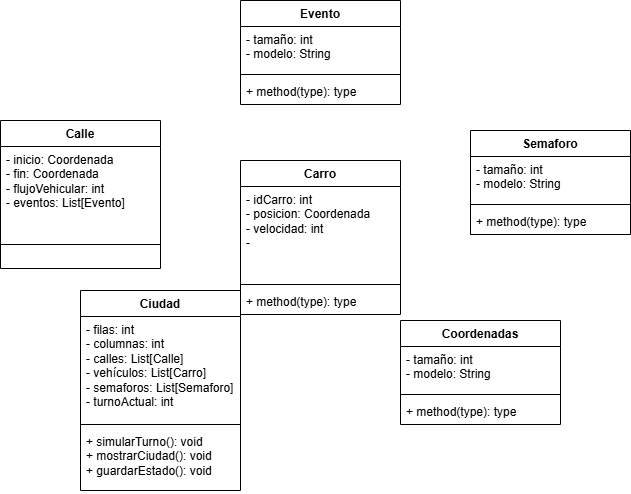
juampa1907/Proyecto-final-desarrollo keeps this draw.io diagram as Proyecto-desarrollo.png. Above is the earlier version. Source tidied: cells renumbered, new cells last; positions are measured from the earlier drawing's top-left corner, leaving out a move shared by most shapes.
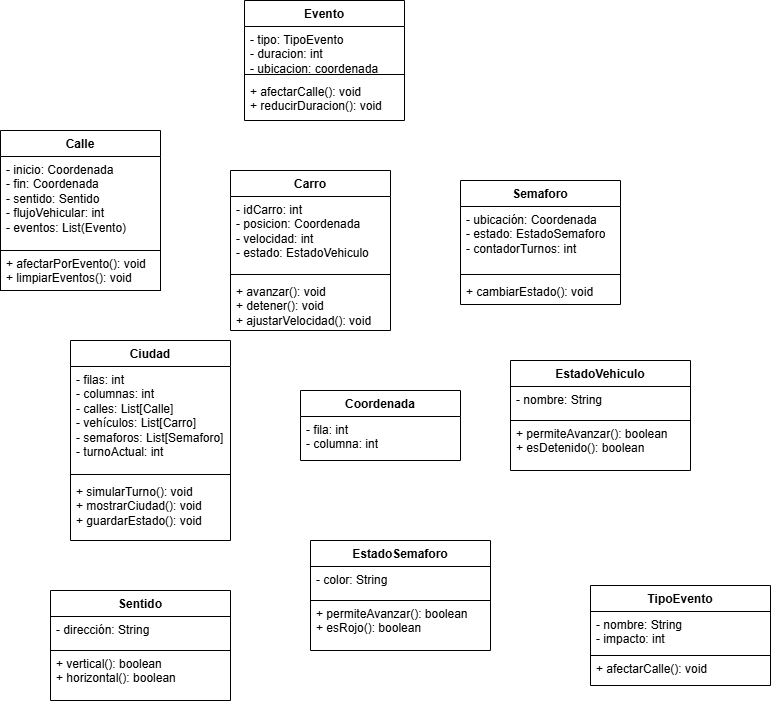
Above is the later version.

The edit, as a diff of the source:
```diff
@@ -3,50 +3,44 @@
     <mxCell id="0" />
     <mxCell id="1" parent="0" />
     <mxCell id="2" value="Carro" style="swimlane;fontStyle=1;align=center;verticalAlign=top;horizontal=1;startSize=26;whiteSpace=wrap;html=1;" parent="1" vertex="1">
-      <mxGeometry x="240" y="160" width="160" height="154" as="geometry" />
+      <mxGeometry x="240" y="120" width="160" height="160" as="geometry" />
     </mxCell>
-    <mxCell id="3" value="- idCarro: int&lt;div&gt;- posicion: Coordenada&lt;/div&gt;&lt;div&gt;- velocidad: int&lt;/div&gt;&lt;div&gt;-&lt;/div&gt;" style="text;strokeColor=none;fillColor=none;align=left;verticalAlign=top;spacingLeft=4;spacingRight=4;overflow=hidden;whiteSpace=wrap;html=1;" parent="2" vertex="1">
-      <mxGeometry y="26" width="160" height="94" as="geometry" />
+    <mxCell id="3" value="- idCarro: int&lt;div&gt;- posicion: Coordenada&lt;/div&gt;&lt;div&gt;- velocidad: int&lt;/div&gt;&lt;div&gt;- estado: EstadoVehiculo&lt;/div&gt;" style="text;strokeColor=none;fillColor=none;align=left;verticalAlign=top;spacingLeft=4;spacingRight=4;overflow=hidden;whiteSpace=wrap;html=1;" parent="2" vertex="1">
+      <mxGeometry y="26" width="160" height="74" as="geometry" />
     </mxCell>
     <mxCell id="4" style="line;strokeWidth=1;fillColor=none;align=left;verticalAlign=middle;spacingTop=-1;spacingLeft=3;spacingRight=3;labelPosition=right;strokeColor=inherit;" parent="2" vertex="1">
-      <mxGeometry y="120" width="160" height="8" as="geometry" />
+      <mxGeometry y="100" width="160" height="8" as="geometry" />
     </mxCell>
-    <mxCell id="5" value="+ method(type): type" style="text;strokeColor=none;fillColor=none;align=left;verticalAlign=top;spacingLeft=4;spacingRight=4;overflow=hidden;whiteSpace=wrap;html=1;" parent="2" vertex="1">
-      <mxGeometry y="128" width="160" height="26" as="geometry" />
+    <mxCell id="5" value="+ avanzar(): void&lt;br&gt;+ detener(): void&lt;div&gt;+ ajustarVelocidad(): void&lt;/div&gt;" style="text;strokeColor=none;fillColor=none;align=left;verticalAlign=top;spacingLeft=4;spacingRight=4;overflow=hidden;whiteSpace=wrap;html=1;" parent="2" vertex="1">
+      <mxGeometry y="108" width="160" height="52" as="geometry" />
     </mxCell>
     <mxCell id="6" value="Semaforo" style="swimlane;fontStyle=1;align=center;verticalAlign=top;horizontal=1;startSize=26;whiteSpace=wrap;html=1;" parent="1" vertex="1">
-      <mxGeometry x="470" y="130" width="160" height="104" as="geometry" />
+      <mxGeometry x="470" y="130" width="160" height="124" as="geometry" />
     </mxCell>
-    <mxCell id="7" value="- tamaño: int&lt;div&gt;- modelo: String&lt;br&gt;&lt;br&gt;&lt;/div&gt;" style="text;strokeColor=none;fillColor=none;align=left;verticalAlign=top;spacingLeft=4;spacingRight=4;overflow=hidden;whiteSpace=wrap;html=1;" parent="6" vertex="1">
-      <mxGeometry y="26" width="160" height="44" as="geometry" />
+    <mxCell id="7" value="&lt;div&gt;- ubicación: Coordenada&lt;/div&gt;&lt;div&gt;- estado: EstadoSemaforo&lt;/div&gt;&lt;div&gt;- contadorTurnos: int&lt;/div&gt;" style="text;strokeColor=none;fillColor=none;align=left;verticalAlign=top;spacingLeft=4;spacingRight=4;overflow=hidden;whiteSpace=wrap;html=1;" parent="6" vertex="1">
+      <mxGeometry y="26" width="160" height="64" as="geometry" />
     </mxCell>
     <mxCell id="8" style="line;strokeWidth=1;fillColor=none;align=left;verticalAlign=middle;spacingTop=-1;spacingLeft=3;spacingRight=3;labelPosition=right;strokeColor=inherit;" parent="6" vertex="1">
-      <mxGeometry y="70" width="160" height="8" as="geometry" />
+      <mxGeometry y="90" width="160" height="8" as="geometry" />
     </mxCell>
-    <mxCell id="9" value="+ method(type): type" style="text;strokeColor=none;fillColor=none;align=left;verticalAlign=top;spacingLeft=4;spacingRight=4;overflow=hidden;whiteSpace=wrap;html=1;" parent="6" vertex="1">
-      <mxGeometry y="78" width="160" height="26" as="geometry" />
+    <mxCell id="9" value="+ cambiarEstado(): void" style="text;strokeColor=none;fillColor=none;align=left;verticalAlign=top;spacingLeft=4;spacingRight=4;overflow=hidden;whiteSpace=wrap;html=1;" parent="6" vertex="1">
+      <mxGeometry y="98" width="160" height="26" as="geometry" />
     </mxCell>
     <mxCell id="10" value="Calle" style="swimlane;fontStyle=1;align=center;verticalAlign=top;horizontal=1;startSize=26;whiteSpace=wrap;html=1;" parent="1" vertex="1">
-      <mxGeometry y="120" width="160" height="148" as="geometry" />
+      <mxGeometry x="10" y="80" width="160" height="160" as="geometry" />
     </mxCell>
-    <mxCell id="11" value="&lt;div&gt;- inicio: Coordenada&lt;/div&gt;&lt;div&gt;- fin: Coordenada&lt;/div&gt;&lt;div&gt;- flujoVehicular: int&lt;/div&gt;&lt;div&gt;- eventos: List[Evento]&lt;/div&gt;" style="text;strokeColor=none;fillColor=none;align=left;verticalAlign=top;spacingLeft=4;spacingRight=4;overflow=hidden;whiteSpace=wrap;html=1;" parent="10" vertex="1">
-      <mxGeometry y="26" width="160" height="74" as="geometry" />
+    <mxCell id="11" value="&lt;div&gt;- inicio: Coordenada&lt;/div&gt;&lt;div&gt;- fin: Coordenada&lt;/div&gt;&lt;div&gt;- sentido: Sentido&lt;/div&gt;&lt;div&gt;- flujoVehicular: int&lt;/div&gt;&lt;div&gt;- eventos: List(Evento)&lt;/div&gt;" style="text;strokeColor=none;fillColor=none;align=left;verticalAlign=top;spacingLeft=4;spacingRight=4;overflow=hidden;whiteSpace=wrap;html=1;" parent="10" vertex="1">
+      <mxGeometry y="26" width="160" height="94" as="geometry" />
     </mxCell>
-    <mxCell id="12" style="line;strokeWidth=1;fillColor=none;align=left;verticalAlign=middle;spacingTop=-1;spacingLeft=3;spacingRight=3;labelPosition=right;strokeColor=inherit;" parent="10" vertex="1">
-      <mxGeometry y="100" width="160" height="48" as="geometry" />
-    </mxCell>
+    <mxCell id="25" value="+ afectarPorEvento(): void&lt;div&gt;+ limpiarEventos(): void&lt;/div&gt;" style="text;strokeColor=default;fillColor=none;align=left;verticalAlign=top;spacingLeft=4;spacingRight=4;overflow=hidden;whiteSpace=wrap;html=1;spacingTop=0;" parent="10" vertex="1">
+      <mxGeometry y="120" width="160" height="40" as="geometry" />
+    </mxCell>
-    <mxCell id="13" value="Coordenadas" style="swimlane;fontStyle=1;align=center;verticalAlign=top;horizontal=1;startSize=26;whiteSpace=wrap;html=1;" parent="1" vertex="1">
-      <mxGeometry x="400" y="320" width="160" height="104" as="geometry" />
+    <mxCell id="13" value="Coordenada" style="swimlane;fontStyle=1;align=center;verticalAlign=top;horizontal=1;startSize=26;whiteSpace=wrap;html=1;" parent="1" vertex="1">
+      <mxGeometry x="310" y="340" width="160" height="70" as="geometry" />
     </mxCell>
-    <mxCell id="14" value="- tamaño: int&lt;div&gt;- modelo: String&lt;br&gt;&lt;br&gt;&lt;/div&gt;" style="text;strokeColor=none;fillColor=none;align=left;verticalAlign=top;spacingLeft=4;spacingRight=4;overflow=hidden;whiteSpace=wrap;html=1;" parent="13" vertex="1">
+    <mxCell id="14" value="&lt;div&gt;- fila: int&lt;/div&gt;&lt;div&gt;- columna: int&lt;/div&gt;" style="text;strokeColor=none;fillColor=none;align=left;verticalAlign=top;spacingLeft=4;spacingRight=4;overflow=hidden;whiteSpace=wrap;html=1;" parent="13" vertex="1">
       <mxGeometry y="26" width="160" height="44" as="geometry" />
     </mxCell>
-    <mxCell id="15" style="line;strokeWidth=1;fillColor=none;align=left;verticalAlign=middle;spacingTop=-1;spacingLeft=3;spacingRight=3;labelPosition=right;strokeColor=inherit;" parent="13" vertex="1">
-      <mxGeometry y="70" width="160" height="8" as="geometry" />
-    </mxCell>
-    <mxCell id="16" value="+ method(type): type" style="text;strokeColor=none;fillColor=none;align=left;verticalAlign=top;spacingLeft=4;spacingRight=4;overflow=hidden;whiteSpace=wrap;html=1;" parent="13" vertex="1">
-      <mxGeometry y="78" width="160" height="26" as="geometry" />
-    </mxCell>
     <mxCell id="17" value="Ciudad" style="swimlane;fontStyle=1;align=center;verticalAlign=top;horizontal=1;startSize=26;whiteSpace=wrap;html=1;" parent="1" vertex="1">
       <mxGeometry x="80" y="290" width="160" height="200" as="geometry" />
     </mxCell>
@@ -60,16 +54,52 @@
       <mxGeometry y="138" width="160" height="62" as="geometry" />
     </mxCell>
     <mxCell id="21" value="Evento" style="swimlane;fontStyle=1;align=center;verticalAlign=top;horizontal=1;startSize=26;whiteSpace=wrap;html=1;" parent="1" vertex="1">
-      <mxGeometry x="240" width="160" height="104" as="geometry" />
+      <mxGeometry x="254" y="-50" width="160" height="120" as="geometry" />
     </mxCell>
-    <mxCell id="22" value="- tamaño: int&lt;div&gt;- modelo: String&lt;br&gt;&lt;br&gt;&lt;/div&gt;" style="text;strokeColor=none;fillColor=none;align=left;verticalAlign=top;spacingLeft=4;spacingRight=4;overflow=hidden;whiteSpace=wrap;html=1;" parent="21" vertex="1">
+    <mxCell id="22" value="&lt;div&gt;- tipo: TipoEvento&lt;/div&gt;&lt;div&gt;- duracion: int&lt;/div&gt;&lt;div&gt;- ubicacion: coordenada&lt;/div&gt;" style="text;strokeColor=none;fillColor=none;align=left;verticalAlign=top;spacingLeft=4;spacingRight=4;overflow=hidden;whiteSpace=wrap;html=1;" parent="21" vertex="1">
       <mxGeometry y="26" width="160" height="44" as="geometry" />
     </mxCell>
     <mxCell id="23" style="line;strokeWidth=1;fillColor=none;align=left;verticalAlign=middle;spacingTop=-1;spacingLeft=3;spacingRight=3;labelPosition=right;strokeColor=inherit;" parent="21" vertex="1">
       <mxGeometry y="70" width="160" height="8" as="geometry" />
     </mxCell>
-    <mxCell id="24" value="+ method(type): type" style="text;strokeColor=none;fillColor=none;align=left;verticalAlign=top;spacingLeft=4;spacingRight=4;overflow=hidden;whiteSpace=wrap;html=1;" parent="21" vertex="1">
-      <mxGeometry y="78" width="160" height="26" as="geometry" />
+    <mxCell id="24" value="+ afectarCalle(): void&lt;div&gt;+ reducirDuracion(): void&lt;/div&gt;" style="text;strokeColor=none;fillColor=none;align=left;verticalAlign=top;spacingLeft=4;spacingRight=4;overflow=hidden;whiteSpace=wrap;html=1;" parent="21" vertex="1">
+      <mxGeometry y="78" width="160" height="42" as="geometry" />
     </mxCell>
+    <mxCell id="26" value="EstadoVehiculo" style="swimlane;fontStyle=1;align=center;verticalAlign=top;horizontal=1;startSize=26;whiteSpace=wrap;html=1;" parent="1" vertex="1">
+      <mxGeometry x="520" y="310" width="180" height="110" as="geometry" />
+    </mxCell>
+    <mxCell id="27" value="&lt;div&gt;- nombre: String&lt;/div&gt;" style="text;strokeColor=default;fillColor=none;align=left;verticalAlign=top;spacingLeft=4;spacingRight=4;overflow=hidden;whiteSpace=wrap;html=1;" parent="26" vertex="1">
+      <mxGeometry y="26" width="180" height="34" as="geometry" />
+    </mxCell>
+    <mxCell id="28" value="+ permiteAvanzar(): boolean&lt;div&gt;+ esDetenido(): boolean&lt;/div&gt;" style="text;strokeColor=none;fillColor=none;align=left;verticalAlign=top;spacingLeft=4;spacingRight=4;overflow=hidden;whiteSpace=wrap;html=1;" parent="26" vertex="1">
+      <mxGeometry y="60" width="180" height="50" as="geometry" />
+    </mxCell>
+    <mxCell id="29" value="EstadoSemaforo" style="swimlane;fontStyle=1;align=center;verticalAlign=top;horizontal=1;startSize=26;whiteSpace=wrap;html=1;" parent="1" vertex="1">
+      <mxGeometry x="320" y="490" width="180" height="110" as="geometry" />
+    </mxCell>
+    <mxCell id="30" value="&lt;div&gt;- color: String&lt;/div&gt;" style="text;strokeColor=default;fillColor=none;align=left;verticalAlign=top;spacingLeft=4;spacingRight=4;overflow=hidden;whiteSpace=wrap;html=1;" parent="29" vertex="1">
+      <mxGeometry y="26" width="180" height="34" as="geometry" />
+    </mxCell>
+    <mxCell id="31" value="+ permiteAvanzar(): boolean&lt;div&gt;+ esRojo(): boolean&lt;/div&gt;" style="text;strokeColor=none;fillColor=none;align=left;verticalAlign=top;spacingLeft=4;spacingRight=4;overflow=hidden;whiteSpace=wrap;html=1;" parent="29" vertex="1">
+      <mxGeometry y="60" width="180" height="50" as="geometry" />
+    </mxCell>
+    <mxCell id="32" value="Sentido" style="swimlane;fontStyle=1;align=center;verticalAlign=top;horizontal=1;startSize=26;whiteSpace=wrap;html=1;" parent="1" vertex="1">
+      <mxGeometry x="60" y="540" width="180" height="110" as="geometry" />
+    </mxCell>
+    <mxCell id="33" value="&lt;div&gt;- dirección: String&lt;/div&gt;" style="text;strokeColor=default;fillColor=none;align=left;verticalAlign=top;spacingLeft=4;spacingRight=4;overflow=hidden;whiteSpace=wrap;html=1;" parent="32" vertex="1">
+      <mxGeometry y="26" width="180" height="34" as="geometry" />
+    </mxCell>
+    <mxCell id="34" value="+ vertical(): boolean&lt;div&gt;+ horizontal(): boolean&lt;/div&gt;" style="text;strokeColor=none;fillColor=none;align=left;verticalAlign=top;spacingLeft=4;spacingRight=4;overflow=hidden;whiteSpace=wrap;html=1;" parent="32" vertex="1">
+      <mxGeometry y="60" width="180" height="50" as="geometry" />
+    </mxCell>
+    <mxCell id="35" value="TipoEvento" style="swimlane;fontStyle=1;align=center;verticalAlign=top;horizontal=1;startSize=26;whiteSpace=wrap;html=1;" parent="1" vertex="1">
+      <mxGeometry x="600" y="535" width="180" height="100" as="geometry" />
+    </mxCell>
+    <mxCell id="36" value="&lt;div&gt;- nombre: String&lt;/div&gt;&lt;div&gt;- impacto: int&lt;/div&gt;" style="text;strokeColor=default;fillColor=none;align=left;verticalAlign=top;spacingLeft=4;spacingRight=4;overflow=hidden;whiteSpace=wrap;html=1;" parent="35" vertex="1">
+      <mxGeometry y="26" width="180" height="44" as="geometry" />
+    </mxCell>
+    <mxCell id="37" value="+ afectarCalle(): void" style="text;strokeColor=none;fillColor=none;align=left;verticalAlign=top;spacingLeft=4;spacingRight=4;overflow=hidden;whiteSpace=wrap;html=1;" parent="35" vertex="1">
+      <mxGeometry y="70" width="180" height="30" as="geometry" />
+    </mxCell>
   </root>
 </mxGraphModel>
```
